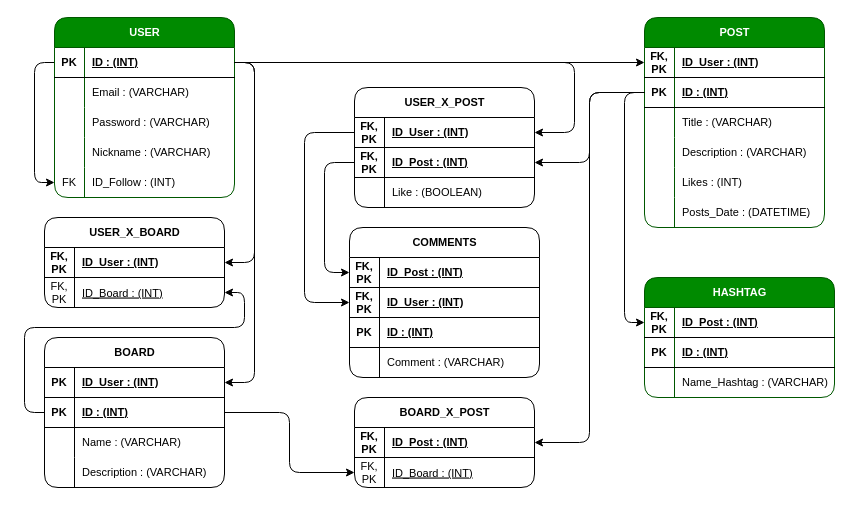
The draw.io diagram page "MR" (2 of 2) of Models Relation Entity/Portfolio_Art.drawio in ZalazarFernando/Portfolio_Art, before the edit. Source tidied: cells renumbered, new cells numbered last; positions are measured from the earlier drawing's top-left corner, leaving out a move shared by most shapes. Both pictures are drawn from the tidied source at 100%, with x=0, y=0 at pixel (24, 17).
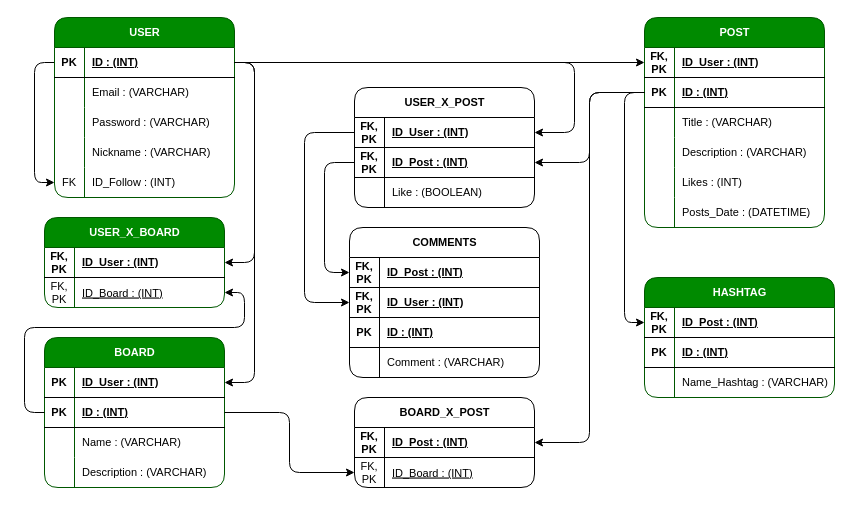
The same page after the edit.

Change to the diagram source:
```diff
@@
-    <mxCell id="49" value="BOARD" style="shape=table;startSize=30;childLayout=tableLayout;rowLines=0;fontStyle=1;align=center;html=1;rounded=1;fontFamily=Helvetica;fontSize=11;fontColor=default;" parent="1" vertex="1">
+    <mxCell id="49" value="BOARD" style="shape=table;startSize=30;childLayout=tableLayout;rowLines=0;fontStyle=1;align=center;html=1;rounded=1;fontFamily=Helvetica;fontSize=11;fontColor=#ffffff;fillColor=#008a00;strokeColor=#005700;" parent="1" vertex="1">
       <mxGeometry x="20" y="320" width="180" height="150" as="geometry" />
     </mxCell>
@@
-    <mxCell id="91" value="USER_X_BOARD" style="shape=table;startSize=30;childLayout=tableLayout;rowLines=0;fontStyle=1;align=center;html=1;rounded=1;fontFamily=Helvetica;fontSize=11;fontColor=default;" parent="1" vertex="1">
+    <mxCell id="91" value="USER_X_BOARD" style="shape=table;startSize=30;childLayout=tableLayout;rowLines=0;fontStyle=1;align=center;html=1;rounded=1;fontFamily=Helvetica;fontSize=11;fontColor=#ffffff;fillColor=#008a00;strokeColor=#005700;" parent="1" vertex="1">
       <mxGeometry x="20" y="200" width="180" height="90" as="geometry" />
     </mxCell>
```
